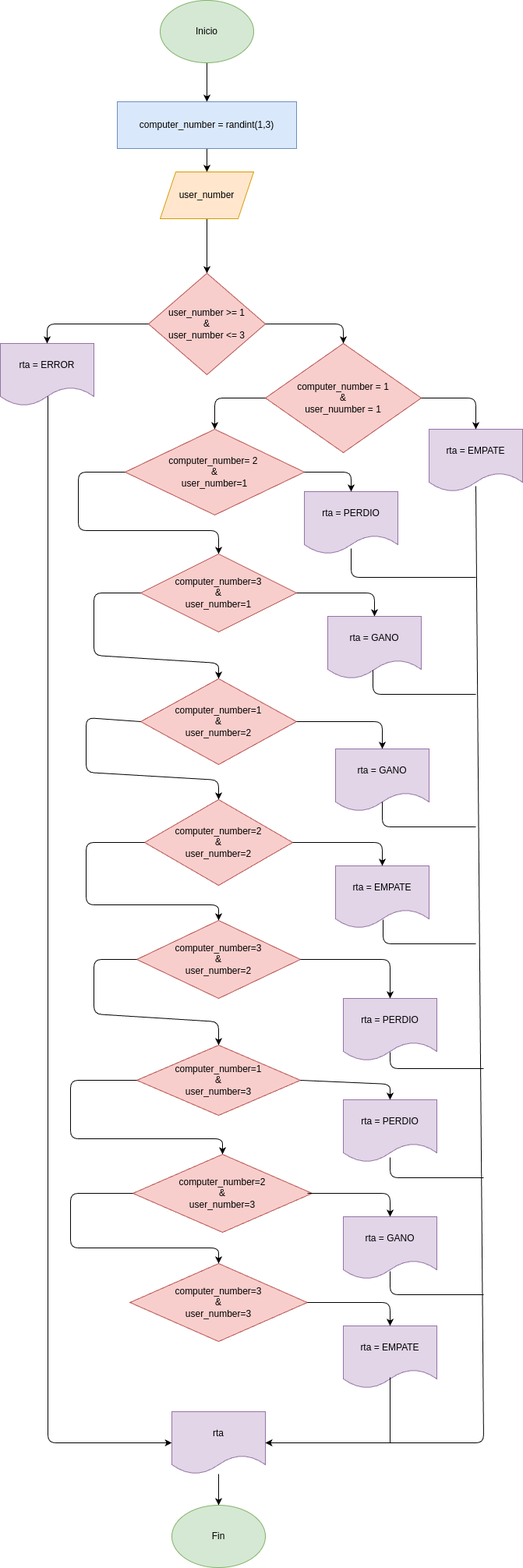
michaelmorales-web/piedra_papel_tijera keeps this draw.io diagram as diagrama.png. Above is the earlier version. Source tidied: cells renumbered, new cells last; positions are measured from the earlier drawing's top-left corner, leaving out a move shared by most shapes. Its diagram source:
```xml
<mxGraphModel>
  <root>
    <mxCell id="0" />
    <mxCell id="1" parent="0" />
    <mxCell id="2" style="edgeStyle=none;html=1;" parent="1" edge="1" source="3" target="5">
      <mxGeometry relative="1" as="geometry" />
    </mxCell>
    <mxCell id="3" value="Inicio" style="ellipse;whiteSpace=wrap;html=1;fillColor=#d5e8d4;strokeColor=#82b366;" parent="1" vertex="1">
      <mxGeometry x="205" width="120" height="80" as="geometry" />
    </mxCell>
    <mxCell id="4" style="edgeStyle=none;html=1;" parent="1" edge="1" source="5" target="7">
      <mxGeometry relative="1" as="geometry" />
    </mxCell>
    <mxCell id="5" value="computer_number = randint(1,3)" style="whiteSpace=wrap;html=1;fillColor=#dae8fc;strokeColor=#6c8ebf;" parent="1" vertex="1">
      <mxGeometry x="150" y="130" width="230" height="60" as="geometry" />
    </mxCell>
    <mxCell id="6" style="edgeStyle=none;html=1;" parent="1" edge="1" source="7" target="8">
      <mxGeometry relative="1" as="geometry" />
    </mxCell>
    <mxCell id="7" value="user_number" style="shape=parallelogram;perimeter=parallelogramPerimeter;whiteSpace=wrap;html=1;fixedSize=1;fillColor=#ffe6cc;strokeColor=#d79b00;" parent="1" vertex="1">
      <mxGeometry x="205" y="220" width="120" height="60" as="geometry" />
    </mxCell>
    <mxCell id="8" value="user_number &amp;gt;= 1&lt;div&gt;&amp;amp;&lt;/div&gt;&lt;div&gt;user_number &amp;lt;= 3&lt;/div&gt;" style="rhombus;whiteSpace=wrap;html=1;fillColor=#f8cecc;strokeColor=#b85450;" parent="1" vertex="1">
      <mxGeometry x="190" y="350" width="150" height="130" as="geometry" />
    </mxCell>
    <mxCell id="9" value="rta = ERROR" style="shape=document;whiteSpace=wrap;html=1;boundedLbl=1;fillColor=#e1d5e7;strokeColor=#9673a6;" parent="1" vertex="1">
      <mxGeometry y="440" width="120" height="80" as="geometry" />
    </mxCell>
    <mxCell id="10" style="endArrow=classic;html=1;exitX=0;exitY=0.5;exitDx=0;exitDy=0;entryX=0.5;entryY=0;entryDx=0;entryDy=0;" parent="1" edge="1" source="8" target="9">
      <mxGeometry relative="1" as="geometry">
        <Array as="points">
          <mxPoint x="60" y="415" />
        </Array>
      </mxGeometry>
    </mxCell>
    <mxCell id="11" value="computer_number = 1&lt;div&gt;&amp;amp;&lt;/div&gt;&lt;div&gt;user_nuumber = 1&lt;/div&gt;" style="rhombus;whiteSpace=wrap;html=1;fillColor=#f8cecc;strokeColor=#b85450;" parent="1" vertex="1">
      <mxGeometry x="340" y="440" width="200" height="140" as="geometry" />
    </mxCell>
    <mxCell id="12" style="endArrow=classic;html=1;exitX=1;exitY=0.5;exitDx=0;exitDy=0;entryX=0.5;entryY=0;entryDx=0;entryDy=0;" parent="1" edge="1" source="8" target="11">
      <mxGeometry relative="1" as="geometry">
        <Array as="points">
          <mxPoint x="440" y="415" />
        </Array>
      </mxGeometry>
    </mxCell>
    <mxCell id="13" value="rta = EMPATE" style="shape=document;whiteSpace=wrap;html=1;boundedLbl=1;fillColor=#e1d5e7;strokeColor=#9673a6;" parent="1" vertex="1">
      <mxGeometry x="550" y="550" width="120" height="80" as="geometry" />
    </mxCell>
    <mxCell id="14" style="endArrow=classic;html=1;exitX=1;exitY=0.5;exitDx=0;exitDy=0;entryX=0.5;entryY=0;entryDx=0;entryDy=0;" parent="1" edge="1" source="11" target="13">
      <mxGeometry relative="1" as="geometry">
        <Array as="points">
          <mxPoint x="610" y="510" />
        </Array>
      </mxGeometry>
    </mxCell>
    <mxCell id="15" value="computer_number= 2&amp;nbsp;&lt;div&gt;&amp;amp;&lt;/div&gt;&lt;div&gt;user_number=1&lt;/div&gt;" style="rhombus;whiteSpace=wrap;html=1;fillColor=#f8cecc;strokeColor=#b85450;" parent="1" vertex="1">
      <mxGeometry x="160" y="550" width="230" height="110" as="geometry" />
    </mxCell>
    <mxCell id="16" value="rta = PERDIO" style="shape=document;whiteSpace=wrap;html=1;boundedLbl=1;fillColor=#e1d5e7;strokeColor=#9673a6;" parent="1" vertex="1">
      <mxGeometry x="390" y="630" width="120" height="80" as="geometry" />
    </mxCell>
    <mxCell id="17" style="endArrow=classic;html=1;exitX=0;exitY=0.5;exitDx=0;exitDy=0;entryX=0.5;entryY=0;entryDx=0;entryDy=0;" parent="1" edge="1" source="15" target="20">
      <mxGeometry relative="1" as="geometry">
        <Array as="points">
          <mxPoint x="100" y="605" />
          <mxPoint x="100" y="680" />
          <mxPoint x="280" y="680" />
        </Array>
      </mxGeometry>
    </mxCell>
    <mxCell id="18" style="endArrow=classic;html=1;exitX=1;exitY=0.5;exitDx=0;exitDy=0;entryX=0.5;entryY=0;entryDx=0;entryDy=0;" parent="1" edge="1" source="15" target="16">
      <mxGeometry relative="1" as="geometry">
        <Array as="points">
          <mxPoint x="450" y="605" />
        </Array>
      </mxGeometry>
    </mxCell>
    <mxCell id="19" style="endArrow=classic;html=1;exitX=0;exitY=0.5;exitDx=0;exitDy=0;entryX=0.5;entryY=0;entryDx=0;entryDy=0;" parent="1" edge="1" source="11" target="15">
      <mxGeometry relative="1" as="geometry">
        <Array as="points">
          <mxPoint x="275" y="510" />
        </Array>
      </mxGeometry>
    </mxCell>
    <mxCell id="20" value="computer_number=3&lt;div&gt;&amp;amp;&lt;/div&gt;&lt;div&gt;user_number=1&lt;/div&gt;" style="rhombus;whiteSpace=wrap;html=1;fillColor=#f8cecc;strokeColor=#b85450;" parent="1" vertex="1">
      <mxGeometry x="180" y="710" width="200" height="100" as="geometry" />
    </mxCell>
    <mxCell id="21" value="rta = GANO" style="shape=document;whiteSpace=wrap;html=1;boundedLbl=1;fillColor=#e1d5e7;strokeColor=#9673a6;" parent="1" vertex="1">
      <mxGeometry x="420" y="790" width="120" height="80" as="geometry" />
    </mxCell>
    <mxCell id="22" style="endArrow=classic;html=1;exitX=1;exitY=0.5;exitDx=0;exitDy=0;entryX=0.5;entryY=0;entryDx=0;entryDy=0;" parent="1" edge="1" source="20" target="21">
      <mxGeometry relative="1" as="geometry">
        <Array as="points">
          <mxPoint x="480" y="760" />
        </Array>
      </mxGeometry>
    </mxCell>
    <mxCell id="23" value="computer_number=1&lt;div&gt;&amp;amp;&lt;/div&gt;&lt;div&gt;user_number=2&lt;/div&gt;" style="rhombus;whiteSpace=wrap;html=1;fillColor=#f8cecc;strokeColor=#b85450;" parent="1" vertex="1">
      <mxGeometry x="180" y="870" width="200" height="110" as="geometry" />
    </mxCell>
    <mxCell id="24" value="rta = GANO" style="shape=document;whiteSpace=wrap;html=1;boundedLbl=1;fillColor=#e1d5e7;strokeColor=#9673a6;" parent="1" vertex="1">
      <mxGeometry x="430" y="960" width="120" height="80" as="geometry" />
    </mxCell>
    <mxCell id="25" style="endArrow=classic;html=1;exitX=0;exitY=0.5;exitDx=0;exitDy=0;entryX=0.5;entryY=0;entryDx=0;entryDy=0;" parent="1" edge="1" source="20" target="23">
      <mxGeometry relative="1" as="geometry">
        <Array as="points">
          <mxPoint x="120" y="760" />
          <mxPoint x="120" y="840" />
          <mxPoint x="280" y="850" />
        </Array>
      </mxGeometry>
    </mxCell>
    <mxCell id="26" style="endArrow=classic;html=1;exitX=1;exitY=0.5;exitDx=0;exitDy=0;entryX=0.5;entryY=0;entryDx=0;entryDy=0;" parent="1" edge="1" source="23" target="24">
      <mxGeometry relative="1" as="geometry">
        <Array as="points">
          <mxPoint x="490" y="925" />
        </Array>
      </mxGeometry>
    </mxCell>
    <mxCell id="27" value="computer_number=2&lt;div&gt;&amp;amp;&lt;/div&gt;&lt;div&gt;user_number=2&lt;/div&gt;" style="rhombus;whiteSpace=wrap;html=1;fillColor=#f8cecc;strokeColor=#b85450;" parent="1" vertex="1">
      <mxGeometry x="185" y="1025" width="190" height="110" as="geometry" />
    </mxCell>
    <mxCell id="28" style="endArrow=classic;html=1;exitX=0;exitY=0.5;exitDx=0;exitDy=0;entryX=0.5;entryY=0;entryDx=0;entryDy=0;" parent="1" edge="1" source="23" target="27">
      <mxGeometry relative="1" as="geometry">
        <Array as="points">
          <mxPoint x="110" y="920" />
          <mxPoint x="110" y="990" />
          <mxPoint x="280" y="1000" />
        </Array>
      </mxGeometry>
    </mxCell>
    <mxCell id="29" value="rta = EMPATE" style="shape=document;whiteSpace=wrap;html=1;boundedLbl=1;fillColor=#e1d5e7;strokeColor=#9673a6;" parent="1" vertex="1">
      <mxGeometry x="430" y="1110" width="120" height="80" as="geometry" />
    </mxCell>
    <mxCell id="30" style="endArrow=classic;html=1;exitX=1;exitY=0.5;exitDx=0;exitDy=0;entryX=0.5;entryY=0;entryDx=0;entryDy=0;" parent="1" edge="1" source="27" target="29">
      <mxGeometry relative="1" as="geometry">
        <Array as="points">
          <mxPoint x="490" y="1080" />
        </Array>
      </mxGeometry>
    </mxCell>
    <mxCell id="31" value="computer_number=3&lt;div&gt;&amp;amp;&lt;/div&gt;&lt;div&gt;user_number=2&lt;/div&gt;" style="rhombus;whiteSpace=wrap;html=1;fillColor=#f8cecc;strokeColor=#b85450;" parent="1" vertex="1">
      <mxGeometry x="175" y="1180" width="210" height="100" as="geometry" />
    </mxCell>
    <mxCell id="32" style="endArrow=classic;html=1;exitX=0;exitY=0.5;exitDx=0;exitDy=0;entryX=0.5;entryY=0;entryDx=0;entryDy=0;" parent="1" edge="1" source="27" target="31">
      <mxGeometry relative="1" as="geometry">
        <Array as="points">
          <mxPoint x="110" y="1080" />
          <mxPoint x="110" y="1160" />
          <mxPoint x="280" y="1160" />
        </Array>
      </mxGeometry>
    </mxCell>
    <mxCell id="33" value="rta = PERDIO" style="shape=document;whiteSpace=wrap;html=1;boundedLbl=1;fillColor=#e1d5e7;strokeColor=#9673a6;" parent="1" vertex="1">
      <mxGeometry x="440" y="1280" width="120" height="80" as="geometry" />
    </mxCell>
    <mxCell id="34" style="endArrow=classic;html=1;exitX=1;exitY=0.5;exitDx=0;exitDy=0;entryX=0.5;entryY=0;entryDx=0;entryDy=0;" parent="1" edge="1" source="31" target="33">
      <mxGeometry relative="1" as="geometry">
        <Array as="points">
          <mxPoint x="500" y="1230" />
        </Array>
      </mxGeometry>
    </mxCell>
    <mxCell id="35" value="computer_number=1&lt;div&gt;&amp;amp;&lt;/div&gt;&lt;div&gt;user_number=3&lt;/div&gt;" style="rhombus;whiteSpace=wrap;html=1;fillColor=#f8cecc;strokeColor=#b85450;" parent="1" vertex="1">
      <mxGeometry x="175" y="1340" width="210" height="90" as="geometry" />
    </mxCell>
    <mxCell id="36" style="endArrow=classic;html=1;exitX=0;exitY=0.5;exitDx=0;exitDy=0;entryX=0.5;entryY=0;entryDx=0;entryDy=0;" parent="1" edge="1" source="31" target="35">
      <mxGeometry relative="1" as="geometry">
        <Array as="points">
          <mxPoint x="120" y="1230" />
          <mxPoint x="120" y="1300" />
          <mxPoint x="280" y="1310" />
        </Array>
      </mxGeometry>
    </mxCell>
    <mxCell id="37" value="rta = PERDIO" style="shape=document;whiteSpace=wrap;html=1;boundedLbl=1;fillColor=#e1d5e7;strokeColor=#9673a6;" parent="1" vertex="1">
      <mxGeometry x="440" y="1410" width="120" height="80" as="geometry" />
    </mxCell>
    <mxCell id="38" style="endArrow=classic;html=1;exitX=1;exitY=0.5;exitDx=0;exitDy=0;entryX=0.5;entryY=0;entryDx=0;entryDy=0;" parent="1" edge="1" source="35" target="37">
      <mxGeometry relative="1" as="geometry">
        <Array as="points">
          <mxPoint x="500" y="1390" />
        </Array>
      </mxGeometry>
    </mxCell>
    <mxCell id="39" value="computer_number=2&lt;div&gt;&amp;amp;&lt;/div&gt;&lt;div&gt;user_number=3&lt;/div&gt;" style="rhombus;whiteSpace=wrap;html=1;fillColor=#f8cecc;strokeColor=#b85450;" parent="1" vertex="1">
      <mxGeometry x="170" y="1480" width="230" height="100" as="geometry" />
    </mxCell>
    <mxCell id="40" style="endArrow=classic;html=1;exitX=0;exitY=0.5;exitDx=0;exitDy=0;entryX=0.5;entryY=0;entryDx=0;entryDy=0;" parent="1" edge="1" source="35" target="39">
      <mxGeometry relative="1" as="geometry">
        <Array as="points">
          <mxPoint x="90" y="1385" />
          <mxPoint x="90" y="1460" />
          <mxPoint x="285" y="1460" />
        </Array>
      </mxGeometry>
    </mxCell>
    <mxCell id="41" style="endArrow=classic;html=1;exitX=0.974;exitY=0.5;exitDx=0;exitDy=0;exitPerimeter=0;entryX=0.5;entryY=0;entryDx=0;entryDy=0;" parent="1" edge="1" source="39" target="42">
      <mxGeometry relative="1" as="geometry">
        <Array as="points">
          <mxPoint x="500" y="1530" />
        </Array>
      </mxGeometry>
    </mxCell>
    <mxCell id="42" value="rta = GANO" style="shape=document;whiteSpace=wrap;html=1;boundedLbl=1;fillColor=#e1d5e7;strokeColor=#9673a6;" parent="1" vertex="1">
      <mxGeometry x="440" y="1560" width="120" height="80" as="geometry" />
    </mxCell>
    <mxCell id="43" value="computer_number=3&lt;div&gt;&amp;amp;&lt;/div&gt;&lt;div&gt;user_number=3&lt;/div&gt;" style="rhombus;whiteSpace=wrap;html=1;fillColor=#f8cecc;strokeColor=#b85450;" parent="1" vertex="1">
      <mxGeometry x="166.2" y="1620" width="227.5" height="100" as="geometry" />
    </mxCell>
    <mxCell id="44" style="endArrow=classic;html=1;exitX=0;exitY=0.5;exitDx=0;exitDy=0;entryX=0.5;entryY=0;entryDx=0;entryDy=0;" parent="1" edge="1" source="39" target="43">
      <mxGeometry relative="1" as="geometry">
        <Array as="points">
          <mxPoint x="90" y="1530" />
          <mxPoint x="90" y="1600" />
          <mxPoint x="280" y="1600" />
        </Array>
      </mxGeometry>
    </mxCell>
    <mxCell id="45" value="rta = EMPATE" style="shape=document;whiteSpace=wrap;html=1;boundedLbl=1;fillColor=#e1d5e7;strokeColor=#9673a6;" parent="1" vertex="1">
      <mxGeometry x="440" y="1700" width="120" height="80" as="geometry" />
    </mxCell>
    <mxCell id="46" style="endArrow=classic;html=1;exitX=1;exitY=0.5;exitDx=0;exitDy=0;entryX=0.5;entryY=0;entryDx=0;entryDy=0;" parent="1" edge="1" source="43" target="45">
      <mxGeometry relative="1" as="geometry">
        <Array as="points">
          <mxPoint x="500" y="1670" />
        </Array>
      </mxGeometry>
    </mxCell>
    <mxCell id="47" value="Fin" style="ellipse;whiteSpace=wrap;html=1;fillColor=#d5e8d4;strokeColor=#82b366;" parent="1" vertex="1">
      <mxGeometry x="220" y="1930" width="120" height="80" as="geometry" />
    </mxCell>
    <mxCell id="48" style="edgeStyle=none;html=1;" parent="1" edge="1" source="49" target="47">
      <mxGeometry relative="1" as="geometry" />
    </mxCell>
    <mxCell id="49" value="rta" style="shape=document;whiteSpace=wrap;html=1;boundedLbl=1;fillColor=#e1d5e7;strokeColor=#9673a6;" parent="1" vertex="1">
      <mxGeometry x="220" y="1810" width="120" height="80" as="geometry" />
    </mxCell>
    <mxCell id="50" style="endArrow=classic;html=1;exitX=0.5;exitY=0.913;exitDx=0;exitDy=0;exitPerimeter=0;entryX=1;entryY=0.5;entryDx=0;entryDy=0;" parent="1" edge="1" source="13" target="49">
      <mxGeometry relative="1" as="geometry">
        <Array as="points">
          <mxPoint x="620" y="1850" />
        </Array>
      </mxGeometry>
    </mxCell>
    <mxCell id="51" style="endArrow=classic;html=1;exitX=0.508;exitY=0.85;exitDx=0;exitDy=0;exitPerimeter=0;entryX=0;entryY=0.5;entryDx=0;entryDy=0;" parent="1" edge="1" source="9" target="49">
      <mxGeometry relative="1" as="geometry">
        <Array as="points">
          <mxPoint x="61" y="1850" />
        </Array>
      </mxGeometry>
    </mxCell>
    <mxCell id="52" style="endArrow=none;html=1;exitX=0.5;exitY=0.825;exitDx=0;exitDy=0;exitPerimeter=0;" parent="1" edge="1" source="45">
      <mxGeometry relative="1" as="geometry">
        <mxPoint x="500" y="1850" as="targetPoint" />
      </mxGeometry>
    </mxCell>
    <mxCell id="53" style="endArrow=none;html=1;exitX=0.5;exitY=0.875;exitDx=0;exitDy=0;exitPerimeter=0;" parent="1" edge="1" source="42">
      <mxGeometry relative="1" as="geometry">
        <mxPoint x="620" y="1660" as="targetPoint" />
        <Array as="points">
          <mxPoint x="500" y="1660" />
        </Array>
      </mxGeometry>
    </mxCell>
    <mxCell id="54" style="endArrow=none;html=1;exitX=0.5;exitY=0.925;exitDx=0;exitDy=0;exitPerimeter=0;" parent="1" edge="1" source="37">
      <mxGeometry relative="1" as="geometry">
        <mxPoint x="620" y="1510" as="targetPoint" />
        <Array as="points">
          <mxPoint x="500" y="1510" />
        </Array>
      </mxGeometry>
    </mxCell>
    <mxCell id="55" style="endArrow=none;html=1;exitX=0.5;exitY=0.863;exitDx=0;exitDy=0;exitPerimeter=0;" parent="1" edge="1" source="33">
      <mxGeometry relative="1" as="geometry">
        <mxPoint x="620" y="1370" as="targetPoint" />
        <Array as="points">
          <mxPoint x="500" y="1370" />
        </Array>
      </mxGeometry>
    </mxCell>
    <mxCell id="56" style="endArrow=none;html=1;exitX=0.508;exitY=0.863;exitDx=0;exitDy=0;exitPerimeter=0;" parent="1" edge="1" source="29">
      <mxGeometry relative="1" as="geometry">
        <mxPoint x="610" y="1210" as="targetPoint" />
        <Array as="points">
          <mxPoint x="491" y="1210" />
        </Array>
      </mxGeometry>
    </mxCell>
    <mxCell id="57" style="endArrow=none;html=1;exitX=0.5;exitY=0.913;exitDx=0;exitDy=0;exitPerimeter=0;" parent="1" edge="1" source="16">
      <mxGeometry relative="1" as="geometry">
        <mxPoint x="610" y="740" as="targetPoint" />
        <Array as="points">
          <mxPoint x="450" y="740" />
        </Array>
      </mxGeometry>
    </mxCell>
    <mxCell id="58" style="endArrow=none;html=1;exitX=0.483;exitY=0.863;exitDx=0;exitDy=0;exitPerimeter=0;" parent="1" edge="1" source="21">
      <mxGeometry relative="1" as="geometry">
        <mxPoint x="610" y="890" as="targetPoint" />
        <Array as="points">
          <mxPoint x="478" y="890" />
        </Array>
      </mxGeometry>
    </mxCell>
    <mxCell id="59" style="endArrow=none;html=1;exitX=0.5;exitY=0.85;exitDx=0;exitDy=0;exitPerimeter=0;" parent="1" edge="1" source="24">
      <mxGeometry relative="1" as="geometry">
        <mxPoint x="610" y="1060" as="targetPoint" />
        <Array as="points">
          <mxPoint x="490" y="1060" />
        </Array>
      </mxGeometry>
    </mxCell>
  </root>
</mxGraphModel>
```
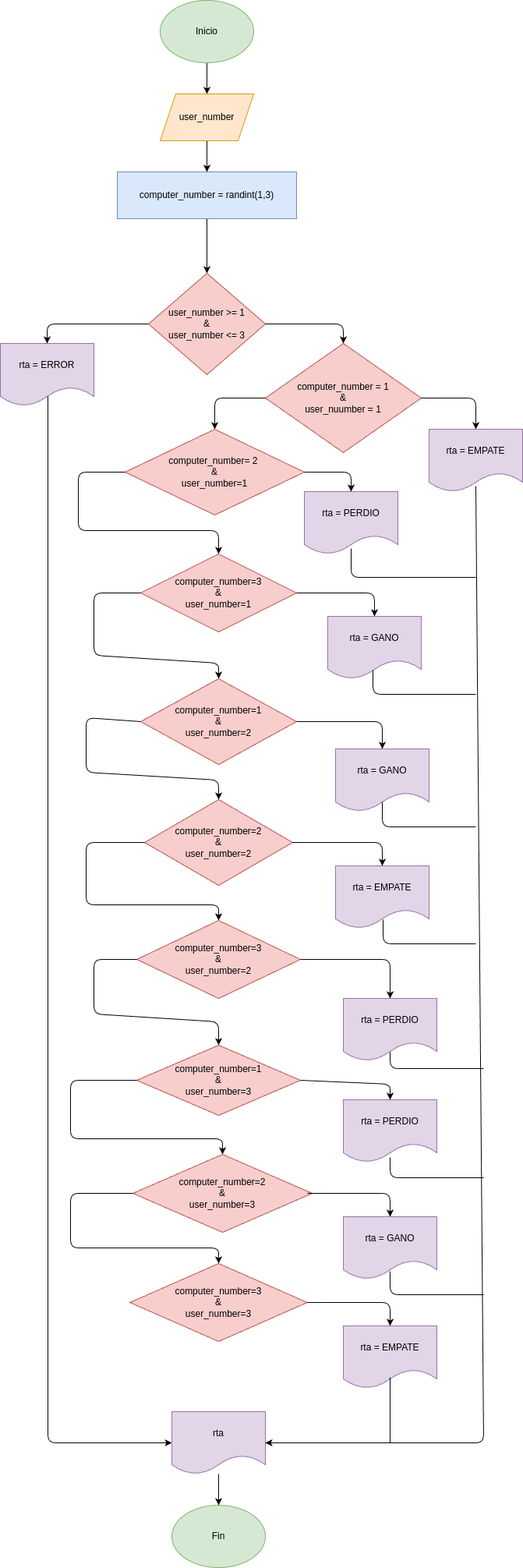
Above is the later version.

The edit, as a diff of the source:
```diff
@@ -2,23 +2,23 @@
   <root>
     <mxCell id="0" />
     <mxCell id="1" parent="0" />
-    <mxCell id="2" style="edgeStyle=none;html=1;" parent="1" edge="1" source="3" target="5">
-      <mxGeometry relative="1" as="geometry" />
-    </mxCell>
+    <mxCell id="60" style="edgeStyle=none;html=1;" parent="1" edge="1" source="3" target="7">
+      <mxGeometry relative="1" as="geometry" />
+    </mxCell>
     <mxCell id="3" value="Inicio" style="ellipse;whiteSpace=wrap;html=1;fillColor=#d5e8d4;strokeColor=#82b366;" parent="1" vertex="1">
       <mxGeometry x="205" width="120" height="80" as="geometry" />
     </mxCell>
-    <mxCell id="4" style="edgeStyle=none;html=1;" parent="1" edge="1" source="5" target="7">
-      <mxGeometry relative="1" as="geometry" />
-    </mxCell>
+    <mxCell id="61" style="edgeStyle=none;html=1;" parent="1" edge="1" source="5" target="8">
+      <mxGeometry relative="1" as="geometry" />
+    </mxCell>
     <mxCell id="5" value="computer_number = randint(1,3)" style="whiteSpace=wrap;html=1;fillColor=#dae8fc;strokeColor=#6c8ebf;" parent="1" vertex="1">
-      <mxGeometry x="150" y="130" width="230" height="60" as="geometry" />
+      <mxGeometry x="150" y="220" width="230" height="60" as="geometry" />
     </mxCell>
-    <mxCell id="6" style="edgeStyle=none;html=1;" parent="1" edge="1" source="7" target="8">
-      <mxGeometry relative="1" as="geometry" />
-    </mxCell>
+    <mxCell id="62" style="edgeStyle=none;html=1;" parent="1" edge="1" source="7" target="5">
+      <mxGeometry relative="1" as="geometry" />
+    </mxCell>
     <mxCell id="7" value="user_number" style="shape=parallelogram;perimeter=parallelogramPerimeter;whiteSpace=wrap;html=1;fixedSize=1;fillColor=#ffe6cc;strokeColor=#d79b00;" parent="1" vertex="1">
-      <mxGeometry x="205" y="220" width="120" height="60" as="geometry" />
+      <mxGeometry x="205" y="120" width="120" height="60" as="geometry" />
     </mxCell>
     <mxCell id="8" value="user_number &amp;gt;= 1&lt;div&gt;&amp;amp;&lt;/div&gt;&lt;div&gt;user_number &amp;lt;= 3&lt;/div&gt;" style="rhombus;whiteSpace=wrap;html=1;fillColor=#f8cecc;strokeColor=#b85450;" parent="1" vertex="1">
       <mxGeometry x="190" y="350" width="150" height="130" as="geometry" />
```
